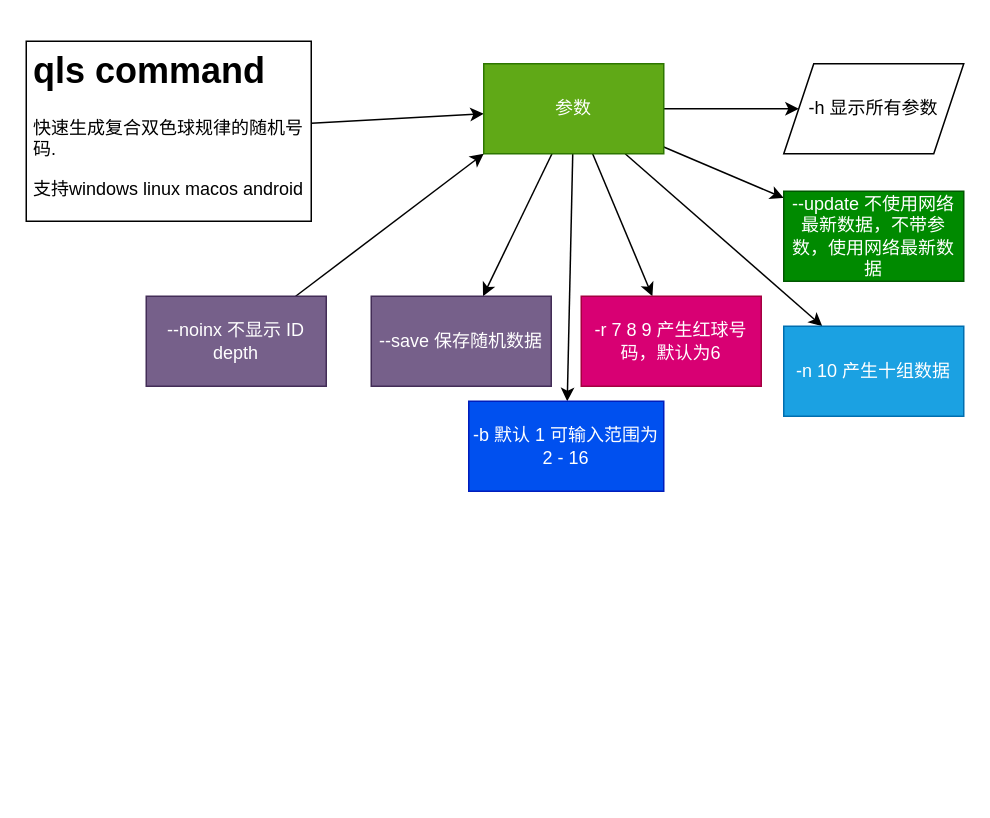
JogFeelingVI/JackpotMaximizer keeps this draw.io diagram as minde.drawio. Above is the earlier version. Source tidied: cells renumbered, new cells numbered last; positions are measured from the earlier drawing's top-left corner, leaving out a move shared by most shapes. Both pictures are drawn from the tidied source at 150%, with x=0, y=0 at pixel (26, 40).
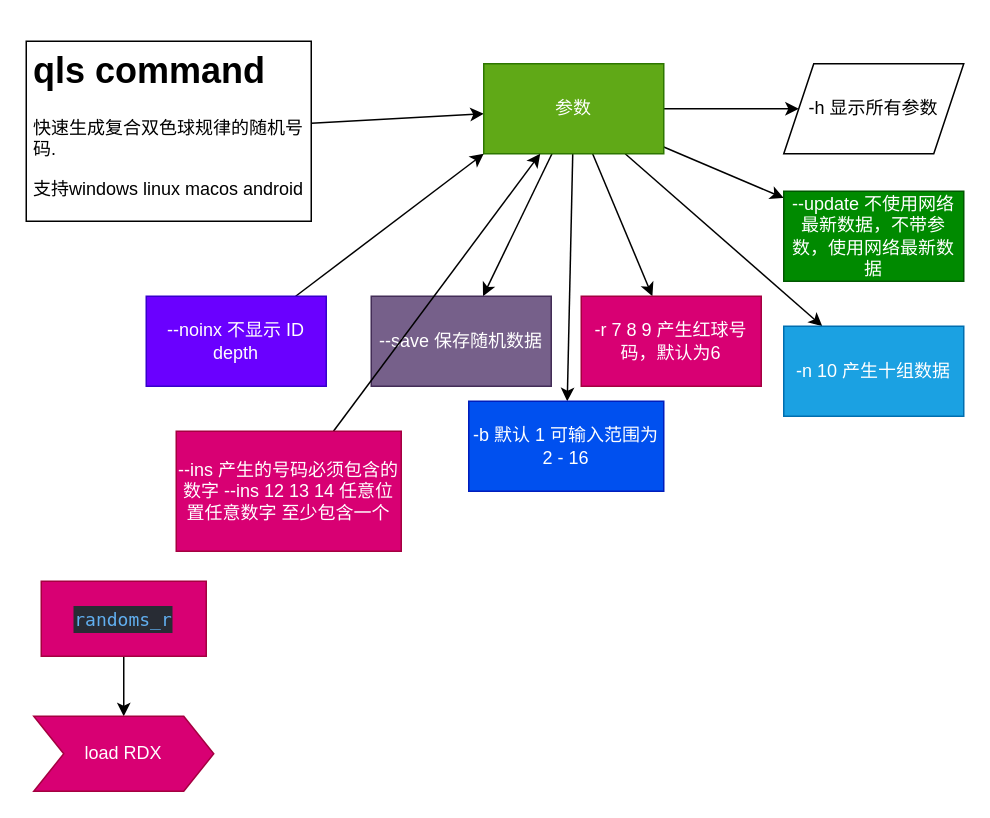
After the change.

Unchanged cells that the change refers to:
```xml
<mxCell id="10" value="参数" style="whiteSpace=wrap;html=1;fillColor=#60a917;fontColor=#ffffff;strokeColor=#2D7600;" parent="1" vertex="1">
  <mxGeometry x="305" y="15" width="120" height="60" as="geometry" />
</mxCell>
```

What changed in the source:
```diff
@@
-    <mxCell id="18" value="--noinx 不显示 ID depth" style="whiteSpace=wrap;html=1;fillColor=#76608a;fontColor=#ffffff;strokeColor=#432D57;" parent="1" vertex="1">
+    <mxCell id="18" value="--noinx 不显示 ID depth" style="whiteSpace=wrap;html=1;fillColor=#6a00ff;fontColor=#ffffff;strokeColor=#3700CC;" parent="1" vertex="1">
       <mxGeometry x="80" y="170" width="120" height="60" as="geometry" />
     </mxCell>
+    <mxCell id="19" style="edgeStyle=none;html=1;" parent="1" edge="1" source="20" target="10">
+      <mxGeometry relative="1" as="geometry" />
+    </mxCell>
+    <mxCell id="20" value="--ins 产生的号码必须包含的数字 --ins 12 13 14 任意位置任意数字 至少包含一个" style="whiteSpace=wrap;html=1;fillColor=#d80073;fontColor=#ffffff;strokeColor=#A50040;" parent="1" vertex="1">
+      <mxGeometry x="100" y="260" width="150" height="80" as="geometry" />
+    </mxCell>
+    <mxCell id="21" style="edgeStyle=none;html=1;" parent="1" edge="1" source="22" target="23">
+      <mxGeometry relative="1" as="geometry" />
+    </mxCell>
+    <mxCell id="22" value="&lt;div style=&quot;color: rgb(171 , 178 , 191) ; background-color: rgb(40 , 44 , 52) ; font-family: &amp;#34;menlo&amp;#34; , &amp;#34;monaco&amp;#34; , &amp;#34;courier new&amp;#34; , monospace ; line-height: 18px&quot;&gt;&lt;span style=&quot;color: #61afef&quot;&gt;randoms_r&lt;/span&gt;&lt;/div&gt;" style="whiteSpace=wrap;html=1;fillColor=#d80073;fontColor=#ffffff;strokeColor=#A50040;" parent="1" vertex="1">
+      <mxGeometry x="10" y="360" width="110" height="50" as="geometry" />
+    </mxCell>
+    <mxCell id="23" value="load RDX" style="shape=step;perimeter=stepPerimeter;whiteSpace=wrap;html=1;fixedSize=1;fillColor=#d80073;strokeColor=#A50040;fontColor=#ffffff;" parent="1" vertex="1">
+      <mxGeometry x="5" y="450" width="120" height="50" as="geometry" />
+    </mxCell>
```
